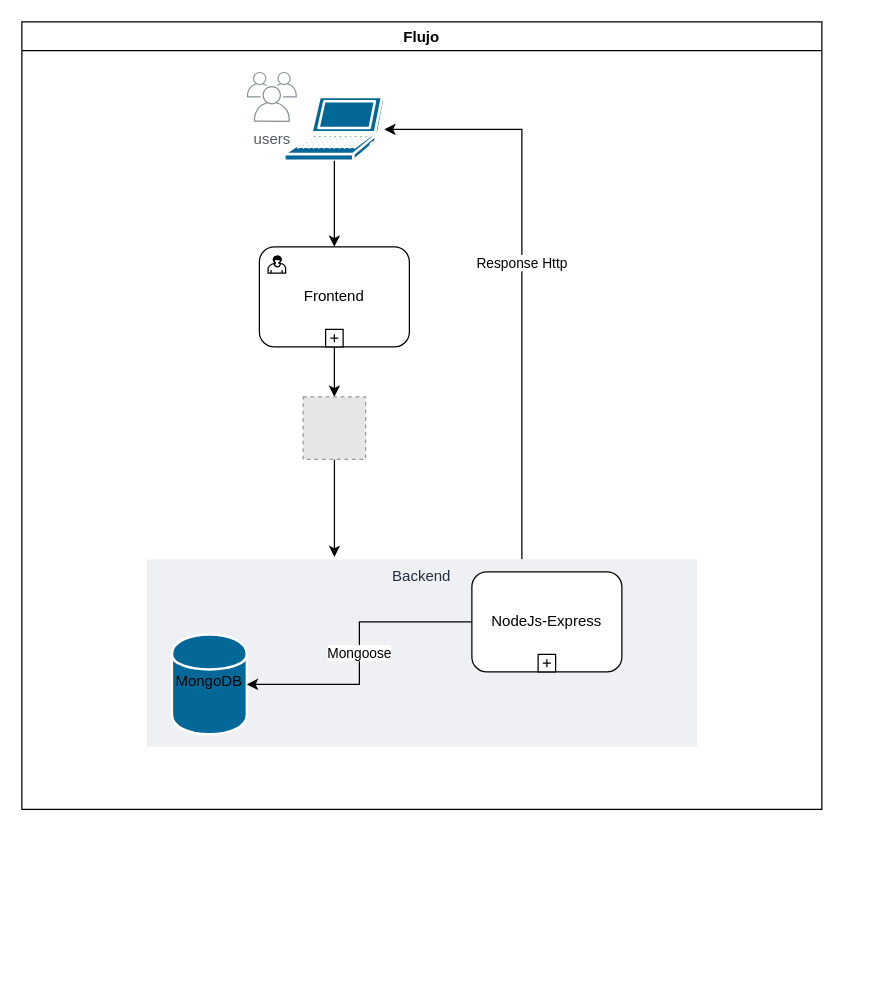
Earlier version of the draw.io diagram Diagram2.drawio (jaime-tellez/repo-prueba). Source tidied: cells renumbered, new cells numbered last; positions are measured from the earlier drawing's top-left corner, leaving out a move shared by most shapes. Both pictures are drawn from the tidied source at 125%, with x=0, y=0 at pixel (21, 21). Pictures stored in the file or linked from it are replaced by grey dashed boxes.
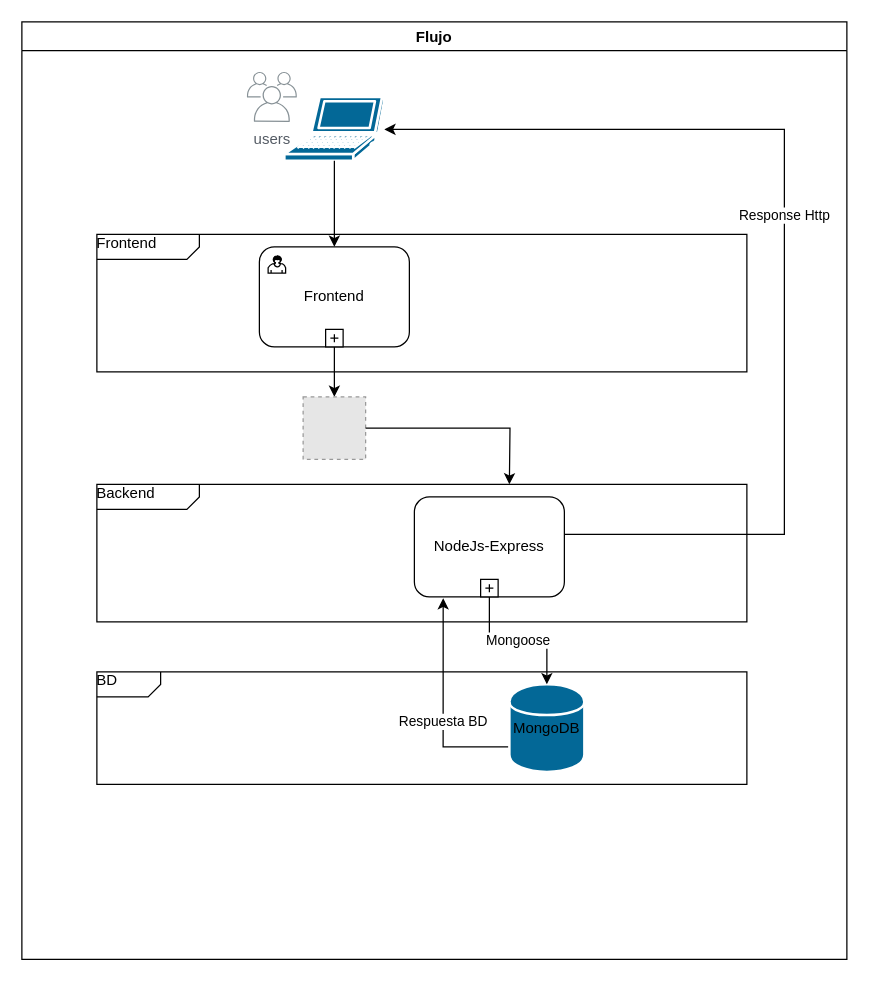
Above is the later version.

The change refers to these unchanged cells:
```xml
<mxCell id="6" style="shape=mxgraph.cisco.computers_and_peripherals.laptop;html=1;dashed=0;fillColor=#036897;strokeColor=#ffffff;strokeWidth=2;verticalLabelPosition=bottom;verticalAlign=top;align=center;outlineConnect=0;" parent="2" vertex="1">
  <mxGeometry x="210" y="60" width="80" height="51" as="geometry" />
</mxCell>
<mxCell id="12" style="fillColor=#E6E6E6;strokeColor=#999999;dashed=1;html=1;verticalAlign=top;verticalLabelPosition=bottom;labelBackgroundColor=#ffffff;" parent="2" vertex="1">
  <mxGeometry x="225" y="300" width="50" height="50" as="geometry" />
</mxCell>
```

Change to the diagram source:
```diff
@@
     <mxCell id="2" value="Flujo" style="swimlane;startSize=23;" parent="1" vertex="1">
-      <mxGeometry width="640" height="630" as="geometry" />
+      <mxGeometry width="660" height="750" as="geometry" />
     </mxCell>
-    <mxCell id="3" style="edgeStyle=orthogonalEdgeStyle;rounded=0;jettySize=auto;html=1;" parent="2" edge="1" source="5" target="6">
-      <mxGeometry relative="1" as="geometry">
-        <Array as="points">
-          <mxPoint x="400" y="86" />
-        </Array>
-      </mxGeometry>
-    </mxCell>
-    <mxCell id="4" value="&lt;div&gt;Response Http&lt;/div&gt;" style="edgeLabel;html=1;align=center;verticalAlign=middle;" parent="3" vertex="1">
-      <mxGeometry x="0.05" y="1" relative="1" as="geometry" />
-    </mxCell>
+    <mxCell id="20" value="Frontend" style="html=1;shape=mxgraph.sysml.package;align=left;spacingLeft=5;verticalAlign=top;spacingTop=-3;labelX=82;html=1;overflow=fill;" parent="2" vertex="1">
+      <mxGeometry x="60" y="170" width="520" height="110" as="geometry" />
+    </mxCell>
-    <mxCell id="5" value="Backend&#10;" style="fillColor=#EFF0F3;strokeColor=none;dashed=0;verticalAlign=top;fontStyle=0;fontColor=#232F3D;" parent="2" vertex="1">
-      <mxGeometry x="100" y="430" width="440" height="150" as="geometry" />
+    <mxCell id="5" value="Backend" style="html=1;shape=mxgraph.sysml.package;align=left;spacingLeft=5;verticalAlign=top;spacingTop=-3;labelX=82;html=1;overflow=fill;" parent="2" vertex="1">
+      <mxGeometry x="60" y="370" width="520" height="110" as="geometry" />
     </mxCell>
+    <mxCell id="21" value="BD" style="html=1;shape=mxgraph.sysml.package;align=left;spacingLeft=5;verticalAlign=top;spacingTop=-3;labelX=51;html=1;overflow=fill;" parent="2" vertex="1">
+      <mxGeometry x="60" y="520" width="520" height="90" as="geometry" />
+    </mxCell>
@@
+    <mxCell id="22" style="edgeStyle=orthogonalEdgeStyle;rounded=0;jettySize=auto;html=1;entryX=0.192;entryY=1.013;entryDx=0;entryDy=0;entryPerimeter=0;" parent="2" edge="1" source="7" target="17">
+      <mxGeometry relative="1" as="geometry">
+        <Array as="points">
+          <mxPoint x="337" y="580" />
+        </Array>
+      </mxGeometry>
+    </mxCell>
+    <mxCell id="23" value="Respuesta BD" style="edgeLabel;html=1;align=center;verticalAlign=middle;" parent="22" vertex="1">
+      <mxGeometry x="-0.15" y="1" relative="1" as="geometry" />
+    </mxCell>
     <mxCell id="7" value="&lt;div&gt;MongoDB&lt;/div&gt;&lt;div&gt;&lt;br&gt;&lt;/div&gt;" style="shape=cylinder;whiteSpace=wrap;html=1;boundedLbl=1;backgroundOutline=1;dashed=0;verticalAlign=top;strokeColor=#ffffff;strokeWidth=2;fillColor=#036897;" parent="2" vertex="1">
-      <mxGeometry x="120" y="490" width="60" height="80" as="geometry" />
+      <mxGeometry x="390" y="530" width="60" height="70" as="geometry" />
     </mxCell>
@@
-    <mxCell id="11" style="edgeStyle=orthogonalEdgeStyle;rounded=0;jettySize=auto;html=1;entryX=0.341;entryY=-0.013;entryDx=0;entryDy=0;entryPerimeter=0;" parent="2" edge="1" source="12" target="5">
-      <mxGeometry relative="1" as="geometry" />
-    </mxCell>
@@
     <mxCell id="17" value="&lt;div&gt;NodeJs-Express&lt;/div&gt;" style="html=1;whiteSpace=wrap;rounded=1;" parent="2" vertex="1">
-      <mxGeometry x="360" y="440" width="120" height="80" as="geometry" />
+      <mxGeometry x="314" y="380" width="120" height="80" as="geometry" />
     </mxCell>
@@
+    <mxCell id="3" style="edgeStyle=orthogonalEdgeStyle;rounded=0;jettySize=auto;html=1;" parent="2" edge="1" source="17" target="6">
+      <mxGeometry relative="1" as="geometry">
+        <Array as="points">
+          <mxPoint x="610" y="410" />
+          <mxPoint x="610" y="86" />
+        </Array>
+      </mxGeometry>
+    </mxCell>
+    <mxCell id="4" value="&lt;div&gt;Response Http&lt;/div&gt;" style="edgeLabel;html=1;align=center;verticalAlign=middle;" parent="3" vertex="1">
+      <mxGeometry x="0.05" y="1" relative="1" as="geometry" />
+    </mxCell>
+    <mxCell id="24" style="edgeStyle=orthogonalEdgeStyle;rounded=0;jettySize=auto;html=1;" parent="1" edge="1" source="12">
+      <mxGeometry relative="1" as="geometry">
+        <mxPoint x="390" y="370" as="targetPoint" />
+      </mxGeometry>
+    </mxCell>
```
